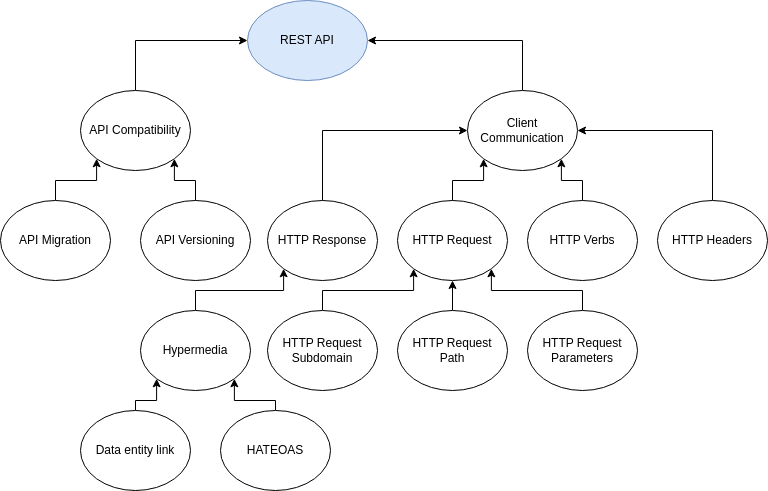
Above: thematic_analysis/diagrams/exports/RESTAPI.drawio.png in ruizsalvat/Master-Project-Information-Sciences (draw.io), before the change. Source tidied: cells renumbered, new cells last; positions are measured from the earlier drawing's top-left corner, leaving out a move shared by most shapes.
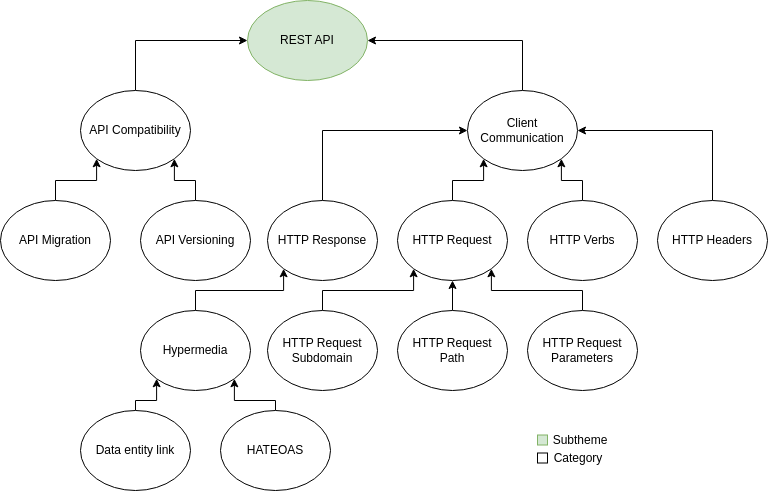
The same diagram one commit later.

Change to the diagram source:
```diff
@@ -2,7 +2,7 @@
   <root>
     <mxCell id="0" />
     <mxCell id="1" parent="0" />
-    <mxCell id="2" value="REST API" style="ellipse;whiteSpace=wrap;html=1;fillColor=#dae8fc;strokeColor=#6c8ebf;" parent="1" vertex="1">
+    <mxCell id="2" value="REST API" style="ellipse;whiteSpace=wrap;html=1;fillColor=#d5e8d4;strokeColor=#82b366;" parent="1" vertex="1">
       <mxGeometry x="247" width="120" height="80" as="geometry" />
     </mxCell>
     <mxCell id="3" style="edgeStyle=orthogonalEdgeStyle;rounded=0;jettySize=auto;html=1;exitX=0.5;exitY=0;exitDx=0;exitDy=0;entryX=1;entryY=0.5;entryDx=0;entryDy=0;" parent="1" edge="1" source="4" target="2">
@@ -118,5 +118,17 @@
     <mxCell id="30" value="HATEOAS" style="ellipse;whiteSpace=wrap;html=1;" parent="1" vertex="1">
       <mxGeometry x="220" y="410" width="110" height="80" as="geometry" />
     </mxCell>
+    <mxCell id="31" style="rounded=0;whiteSpace=wrap;html=1;fillColor=#d5e8d4;strokeColor=#82b366;" parent="1" vertex="1">
+      <mxGeometry x="537" y="434.5" width="10" height="10" as="geometry" />
+    </mxCell>
+    <mxCell id="32" value="Subtheme" style="text;html=1;align=center;verticalAlign=middle;whiteSpace=wrap;rounded=0;" parent="1" vertex="1">
+      <mxGeometry x="555" y="430" width="50" height="19" as="geometry" />
+    </mxCell>
+    <mxCell id="33" style="rounded=0;whiteSpace=wrap;html=1;" parent="1" vertex="1">
+      <mxGeometry x="537" y="452.5" width="10" height="10" as="geometry" />
+    </mxCell>
+    <mxCell id="34" value="Category" style="text;html=1;align=center;verticalAlign=middle;whiteSpace=wrap;rounded=0;" parent="1" vertex="1">
+      <mxGeometry x="553" y="448" width="50" height="19" as="geometry" />
+    </mxCell>
   </root>
 </mxGraphModel>
```
